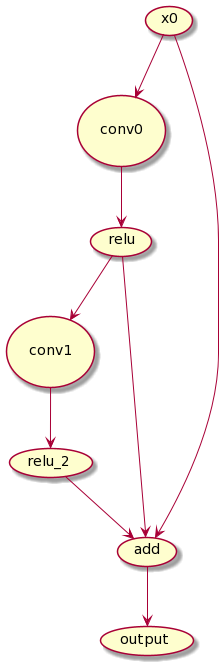
This is resources/fig2.png from yinpeiqi/inference_helper, a PlantUML export, as it was before one commit.
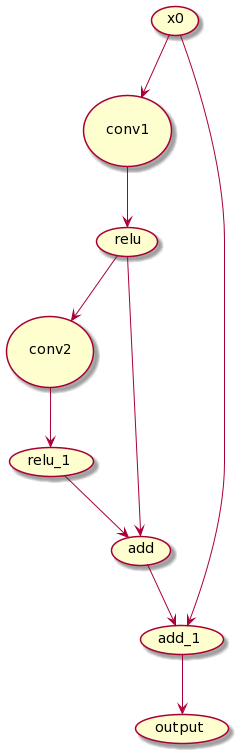
After the commit.

The edit, as a diff of the source:
```diff
@@ -1,17 +1,19 @@
 @startuml
 usecase "x0" as x0
-usecase "\nconv0\n" as conv0
-x0 --> conv0
+usecase "\nconv1\n" as conv1
+x0 --> conv1
 usecase "relu" as relu
-conv0 --> relu
-usecase "\nconv1\n" as conv1
-relu --> conv1
-usecase "relu_2" as relu_2
-conv1 --> relu_2
-usecase "output" as output
+conv1 --> relu
+usecase "\nconv2\n" as conv2
+relu --> conv2
+usecase "relu_1" as relu_1
+conv2 --> relu_1
 usecase "add" as add
 relu --> add
-x0 --> add
-relu_2 --> add
-add --> output
+relu_1 --> add
+usecase "add_1" as add_1
+x0 --> add_1
+add --> add_1
+usecase "output" as output
+add_1 --> output
 @enduml
```
